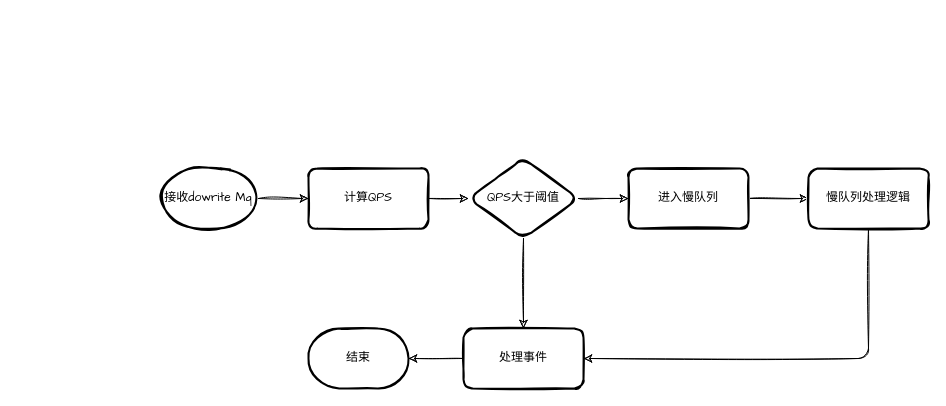
The draw.io diagram draw/多租户MQ拥堵解决方案.drawio in scutken/addyuUtils, before the edit. Source tidied: cells renumbered, new cells numbered last; positions are measured from the earlier drawing's top-left corner, leaving out a move shared by most shapes. Both pictures are drawn from the tidied source at 100%, with x=0, y=0 at pixel (158, 158).
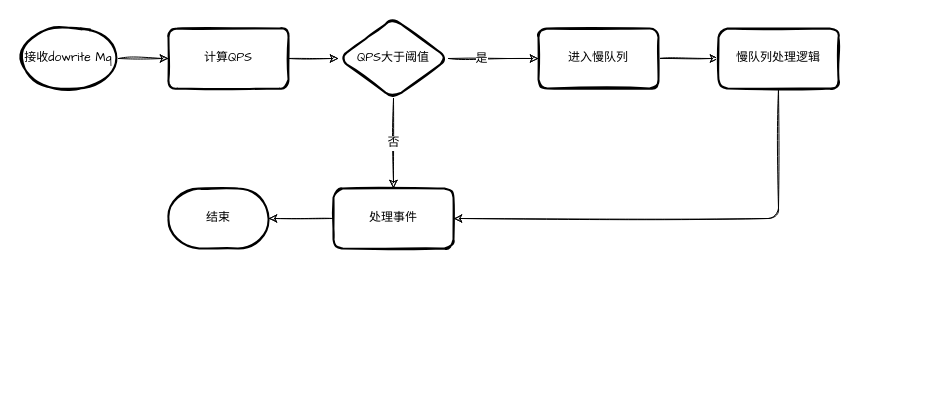
Above is the later version.

Commit message (it also covers changes not shown here):
更新多租户MQ拥堵解决方案.drawio

What changed in the source:
```diff
@@
 <mxGraphModel>
   <root>
     <mxCell id="0" />
     <mxCell id="1" parent="0" />
     <mxCell id="2" style="edgeStyle=orthogonalEdgeStyle;curved=0;rounded=1;sketch=1;jettySize=auto;html=1;shadow=0;fontFamily=Comic Sans MS;fontSize=12;" parent="1" edge="1" source="3" target="5">
       <mxGeometry relative="1" as="geometry" />
     </mxCell>
     <mxCell id="3" value="接收dowrite Mq" style="strokeWidth=2;html=1;shape=mxgraph.flowchart.start_1;whiteSpace=wrap;fontFamily=Comic Sans MS;fontSize=12;fontColor=#000000;align=center;strokeColor=#000000;fillColor=#ffffff;sketch=1;shadow=0;" parent="1" vertex="1">
-      <mxGeometry y="10" width="100" height="60" as="geometry" />
+      <mxGeometry x="-140" y="-130" width="100" height="60" as="geometry" />
     </mxCell>
     <mxCell id="4" style="edgeStyle=orthogonalEdgeStyle;curved=0;rounded=1;sketch=1;jettySize=auto;html=1;shadow=0;fontFamily=Comic Sans MS;fontSize=12;" parent="1" edge="1" source="5" target="8">
       <mxGeometry relative="1" as="geometry" />
     </mxCell>
     <mxCell id="5" value="计算QPS" style="whiteSpace=wrap;html=1;rounded=1;strokeWidth=2;sketch=1;shadow=0;fontFamily=Comic Sans MS;fontSize=12;" parent="1" vertex="1">
-      <mxGeometry x="150" y="10" width="120" height="60" as="geometry" />
+      <mxGeometry x="10" y="-130" width="120" height="60" as="geometry" />
     </mxCell>
     <mxCell id="6" style="edgeStyle=orthogonalEdgeStyle;curved=0;rounded=1;sketch=1;jettySize=auto;html=1;shadow=0;fontFamily=Comic Sans MS;fontSize=12;" parent="1" edge="1" source="8" target="10">
       <mxGeometry relative="1" as="geometry" />
     </mxCell>
+    <mxCell id="16" value="是" style="edgeLabel;html=1;align=center;verticalAlign=middle;fontSize=12;fontFamily=Comic Sans MS;" parent="6" vertex="1">
+      <mxGeometry x="-0.29" relative="1" as="geometry" />
+    </mxCell>
-    <mxCell id="7" style="edgeStyle=orthogonalEdgeStyle;curved=0;rounded=1;sketch=1;jettySize=auto;html=1;shadow=0;fontFamily=Comic Sans MS;fontSize=12;" parent="1" edge="1" source="8" target="14">
+    <mxCell id="7" value="否" style="edgeStyle=orthogonalEdgeStyle;curved=0;rounded=1;sketch=1;jettySize=auto;html=1;shadow=0;fontFamily=Comic Sans MS;fontSize=12;" parent="1" edge="1" source="8" target="14">
       <mxGeometry relative="1" as="geometry" />
     </mxCell>
     <mxCell id="8" value="QPS大于阈值" style="rhombus;whiteSpace=wrap;html=1;rounded=1;strokeWidth=2;sketch=1;shadow=0;fontFamily=Comic Sans MS;fontSize=12;" parent="1" vertex="1">
-      <mxGeometry x="310" width="110" height="80" as="geometry" />
+      <mxGeometry x="180" y="-140" width="110" height="80" as="geometry" />
     </mxCell>
     <mxCell id="9" style="edgeStyle=orthogonalEdgeStyle;curved=0;rounded=1;sketch=1;jettySize=auto;html=1;shadow=0;fontFamily=Comic Sans MS;fontSize=12;" parent="1" edge="1" source="10" target="12">
       <mxGeometry relative="1" as="geometry" />
     </mxCell>
     <mxCell id="10" value="进入慢队列" style="whiteSpace=wrap;html=1;rounded=1;strokeWidth=2;sketch=1;shadow=0;fontFamily=Comic Sans MS;fontSize=12;" parent="1" vertex="1">
-      <mxGeometry x="470" y="10" width="120" height="60" as="geometry" />
+      <mxGeometry x="380" y="-130" width="120" height="60" as="geometry" />
     </mxCell>
     <mxCell id="11" style="edgeStyle=orthogonalEdgeStyle;curved=0;rounded=1;sketch=1;jettySize=auto;html=1;exitX=0.5;exitY=1;exitDx=0;exitDy=0;entryX=1;entryY=0.5;entryDx=0;entryDy=0;shadow=0;fontFamily=Comic Sans MS;fontSize=12;" parent="1" edge="1" source="12" target="14">
       <mxGeometry relative="1" as="geometry" />
     </mxCell>
     <mxCell id="12" value="慢队列处理逻辑" style="whiteSpace=wrap;html=1;rounded=1;strokeWidth=2;sketch=1;shadow=0;fontFamily=Comic Sans MS;fontSize=12;" parent="1" vertex="1">
-      <mxGeometry x="650" y="10" width="120" height="60" as="geometry" />
+      <mxGeometry x="560" y="-130" width="120" height="60" as="geometry" />
     </mxCell>
     <mxCell id="13" style="edgeStyle=orthogonalEdgeStyle;curved=0;rounded=1;sketch=1;jettySize=auto;html=1;shadow=0;fontFamily=Comic Sans MS;fontSize=12;" parent="1" edge="1" source="14" target="15">
       <mxGeometry relative="1" as="geometry" />
     </mxCell>
     <mxCell id="14" value="处理事件" style="whiteSpace=wrap;html=1;rounded=1;strokeWidth=2;sketch=1;shadow=0;fontFamily=Comic Sans MS;fontSize=12;" parent="1" vertex="1">
-      <mxGeometry x="305" y="170" width="120" height="60" as="geometry" />
+      <mxGeometry x="175" y="30" width="120" height="60" as="geometry" />
     </mxCell>
     <mxCell id="15" value="结束" style="strokeWidth=2;html=1;shape=mxgraph.flowchart.terminator;whiteSpace=wrap;rounded=0;sketch=1;shadow=0;fontFamily=Comic Sans MS;fontSize=12;" parent="1" vertex="1">
-      <mxGeometry x="150" y="170" width="100" height="60" as="geometry" />
+      <mxGeometry x="10" y="30" width="100" height="60" as="geometry" />
     </mxCell>
   </root>
 </mxGraphModel>
```
